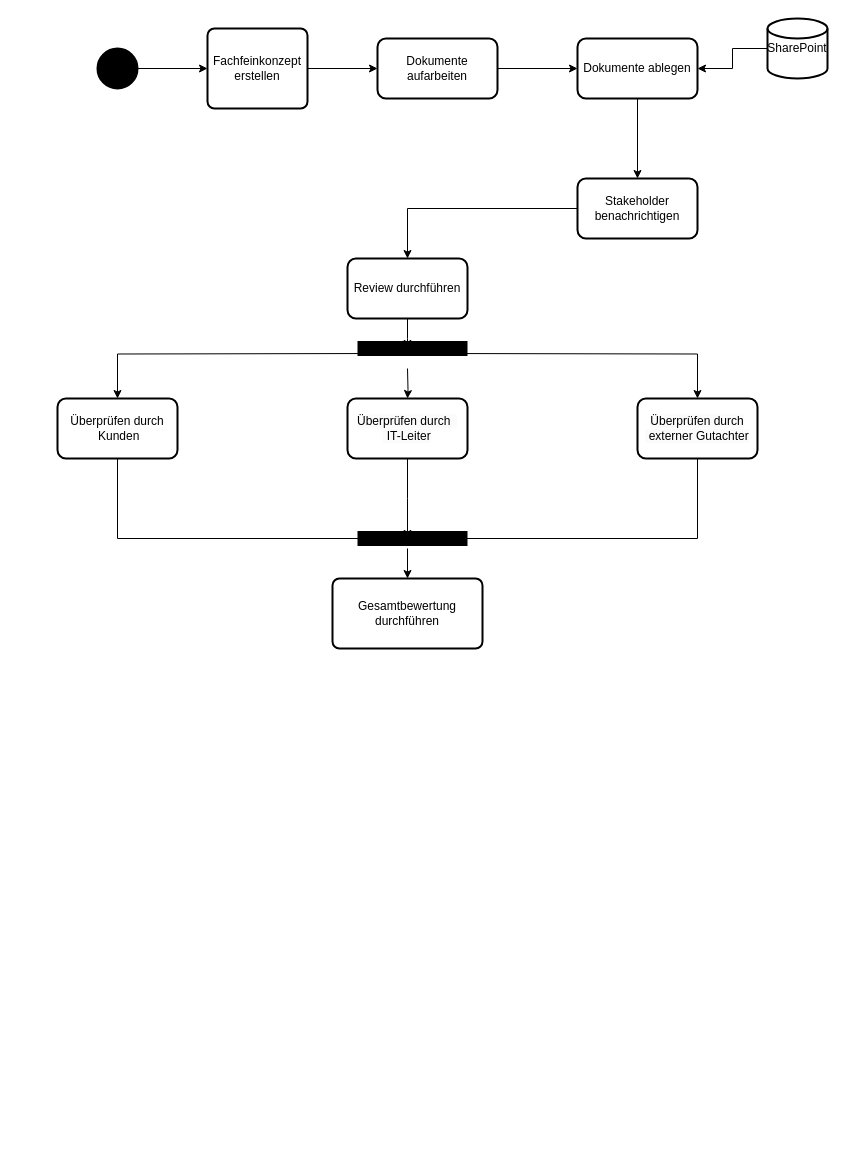
The draw.io diagram ü2.drawio in dhefel2s/Hbrs, before the edit. Source tidied: cells renumbered, new cells numbered last; positions are measured from the earlier drawing's top-left corner, leaving out a move shared by most shapes. Both pictures are drawn from the tidied source at 100%, with x=0, y=0 at pixel (57, 18).
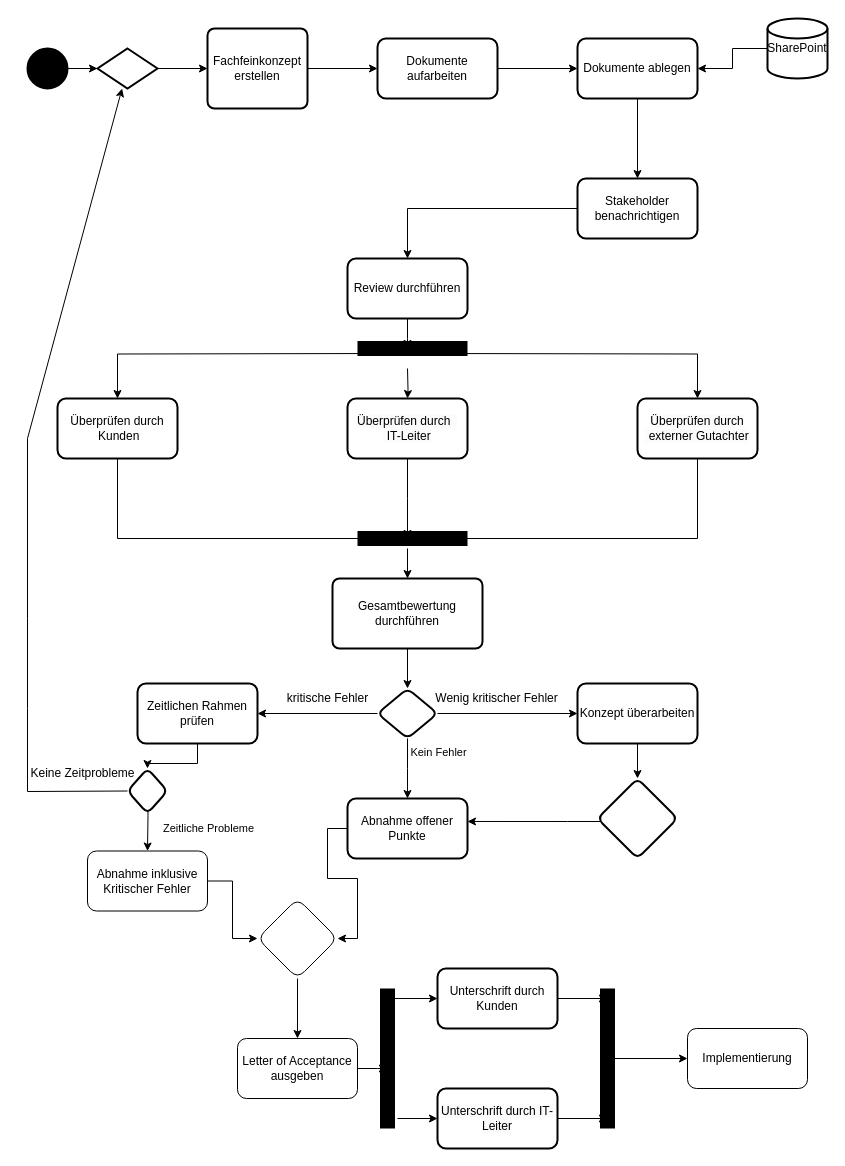
Above is the later version.

The change refers to these unchanged cells:
```xml
<mxCell id="5" value="Fachfeinkonzept erstellen" style="rounded=1;whiteSpace=wrap;html=1;absoluteArcSize=1;arcSize=14;strokeWidth=2;" parent="1" vertex="1">
  <mxGeometry x="150" y="10" width="100" height="80" as="geometry" />
</mxCell>
<mxCell id="29" value="Gesamtbewertung&lt;br&gt;durchführen" style="rounded=1;whiteSpace=wrap;html=1;absoluteArcSize=1;arcSize=14;strokeWidth=2;" parent="1" vertex="1">
  <mxGeometry x="275" y="560" width="150" height="70" as="geometry" />
</mxCell>
```

What changed in the source:
```diff
@@
-    <mxCell id="2" style="edgeStyle=orthogonalEdgeStyle;rounded=0;jettySize=auto;html=1;" parent="1" edge="1" source="3" target="5">
+    <mxCell id="2" style="edgeStyle=orthogonalEdgeStyle;rounded=0;jettySize=auto;html=1;" parent="1" edge="1" source="40" target="5">
       <mxGeometry relative="1" as="geometry">
         <Array as="points">
           <mxPoint x="150" y="50" />
           <mxPoint x="150" y="50" />
         </Array>
       </mxGeometry>
     </mxCell>
     <mxCell id="3" style="strokeWidth=2;html=1;shape=mxgraph.flowchart.start_2;whiteSpace=wrap;fillColor=#000000;" parent="1" vertex="1">
-      <mxGeometry x="40" y="30" width="40" height="40" as="geometry" />
+      <mxGeometry x="-30" y="30" width="40" height="40" as="geometry" />
     </mxCell>
@@
+    <mxCell id="30" style="edgeStyle=orthogonalEdgeStyle;rounded=0;jettySize=auto;html=1;" parent="1" edge="1" source="29" target="35">
+      <mxGeometry relative="1" as="geometry" />
+    </mxCell>
@@
+    <mxCell id="31" style="edgeStyle=orthogonalEdgeStyle;rounded=0;jettySize=auto;html=1;" parent="1" edge="1" source="35" target="37">
+      <mxGeometry relative="1" as="geometry" />
+    </mxCell>
+    <mxCell id="32" style="edgeStyle=orthogonalEdgeStyle;rounded=0;jettySize=auto;html=1;" parent="1" edge="1" source="35">
+      <mxGeometry relative="1" as="geometry">
+        <mxPoint x="350" y="780" as="targetPoint" />
+      </mxGeometry>
+    </mxCell>
+    <mxCell id="33" value="Kein Fehler" style="edgeLabel;html=1;align=center;verticalAlign=middle;" parent="32" vertex="1">
+      <mxGeometry x="-0.07" y="-1" relative="1" as="geometry">
+        <mxPoint x="31" y="-15" as="offset" />
+      </mxGeometry>
+    </mxCell>
+    <mxCell id="34" style="edgeStyle=orthogonalEdgeStyle;rounded=0;jettySize=auto;html=1;" parent="1" edge="1" source="35" target="50">
+      <mxGeometry relative="1" as="geometry" />
+    </mxCell>
+    <mxCell id="35" style="rhombus;whiteSpace=wrap;html=1;rounded=1;arcSize=14;strokeWidth=2;" parent="1" vertex="1">
+      <mxGeometry x="320" y="670" width="60" height="50" as="geometry" />
+    </mxCell>
+    <mxCell id="36" style="edgeStyle=orthogonalEdgeStyle;rounded=0;jettySize=auto;html=1;" parent="1" edge="1" source="37" target="42">
+      <mxGeometry relative="1" as="geometry" />
+    </mxCell>
+    <mxCell id="37" value="Konzept überarbeiten" style="whiteSpace=wrap;html=1;rounded=1;arcSize=14;strokeWidth=2;" parent="1" vertex="1">
+      <mxGeometry x="520" y="665" width="120" height="60" as="geometry" />
+    </mxCell>
+    <mxCell id="38" value="Wenig kritischer Fehler" style="text;html=1;align=center;verticalAlign=middle;strokeColor=none;fillColor=none;" parent="1" vertex="1">
+      <mxGeometry x="364" y="665" width="150" height="30" as="geometry" />
+    </mxCell>
+    <mxCell id="39" style="edgeStyle=orthogonalEdgeStyle;rounded=0;jettySize=auto;html=1;" parent="1" edge="1" source="3" target="40">
+      <mxGeometry relative="1" as="geometry" />
+    </mxCell>
+    <mxCell id="40" style="strokeWidth=2;html=1;shape=mxgraph.flowchart.decision;whiteSpace=wrap;" parent="1" vertex="1">
+      <mxGeometry x="40" y="30" width="60" height="40" as="geometry" />
+    </mxCell>
+    <mxCell id="41" style="edgeStyle=orthogonalEdgeStyle;rounded=0;jettySize=auto;html=1;entryX=1;entryY=0.383;entryDx=0;entryDy=0;entryPerimeter=0;" parent="1" edge="1" source="42" target="44">
+      <mxGeometry relative="1" as="geometry">
+        <Array as="points">
+          <mxPoint x="510" y="803" />
+          <mxPoint x="510" y="803" />
+        </Array>
+      </mxGeometry>
+    </mxCell>
+    <mxCell id="42" style="rhombus;whiteSpace=wrap;html=1;rounded=1;arcSize=14;strokeWidth=2;" parent="1" vertex="1">
+      <mxGeometry x="540" y="760" width="80" height="80" as="geometry" />
+    </mxCell>
+    <mxCell id="43" style="edgeStyle=orthogonalEdgeStyle;rounded=0;jettySize=auto;html=1;entryX=1;entryY=0.5;entryDx=0;entryDy=0;" parent="1" edge="1" source="44" target="58">
+      <mxGeometry relative="1" as="geometry" />
+    </mxCell>
+    <mxCell id="44" value="Abnahme offener Punkte" style="whiteSpace=wrap;html=1;rounded=1;arcSize=14;strokeWidth=2;" parent="1" vertex="1">
+      <mxGeometry x="290" y="780" width="120" height="60" as="geometry" />
+    </mxCell>
+    <mxCell id="45" style="edgeStyle=orthogonalEdgeStyle;rounded=0;jettySize=auto;html=1;" parent="1" edge="1" target="48">
+      <mxGeometry relative="1" as="geometry">
+        <mxPoint x="90" y="760" as="sourcePoint" />
+      </mxGeometry>
+    </mxCell>
+    <mxCell id="46" value="Zeitliche Probleme" style="edgeLabel;html=1;align=center;verticalAlign=middle;" parent="45" vertex="1">
+      <mxGeometry x="-0.21" y="2" relative="1" as="geometry">
+        <mxPoint x="58" y="21" as="offset" />
+      </mxGeometry>
+    </mxCell>
+    <mxCell id="47" style="edgeStyle=orthogonalEdgeStyle;rounded=0;jettySize=auto;html=1;" parent="1" edge="1" source="48" target="58">
+      <mxGeometry relative="1" as="geometry" />
+    </mxCell>
+    <mxCell id="48" value="Abnahme inklusive Kritischer Fehler" style="rounded=1;whiteSpace=wrap;html=1;" parent="1" vertex="1">
+      <mxGeometry x="30" y="832.5" width="120" height="60" as="geometry" />
+    </mxCell>
+    <mxCell id="49" style="edgeStyle=orthogonalEdgeStyle;rounded=0;jettySize=auto;html=1;" parent="1" edge="1" source="50" target="52">
+      <mxGeometry relative="1" as="geometry" />
+    </mxCell>
+    <mxCell id="50" value="Zeitlichen Rahmen prüfen" style="whiteSpace=wrap;html=1;rounded=1;arcSize=14;strokeWidth=2;" parent="1" vertex="1">
+      <mxGeometry x="80" y="665" width="120" height="60" as="geometry" />
+    </mxCell>
+    <mxCell id="51" value="kritische Fehler" style="text;html=1;align=center;verticalAlign=middle;strokeColor=none;fillColor=none;" parent="1" vertex="1">
+      <mxGeometry x="220" y="665" width="100" height="30" as="geometry" />
+    </mxCell>
+    <mxCell id="52" style="rhombus;whiteSpace=wrap;html=1;rounded=1;arcSize=14;strokeWidth=2;" parent="1" vertex="1">
+      <mxGeometry x="70" y="750" width="40" height="45" as="geometry" />
+    </mxCell>
+    <mxCell id="53" style="endArrow=classic;html=1;rounded=0;exitX=0;exitY=0.5;exitDx=0;exitDy=0;" parent="1" edge="1" source="52" target="40">
+      <mxGeometry relative="1" as="geometry">
+        <Array as="points">
+          <mxPoint x="-30" y="773" />
+          <mxPoint x="-30" y="690" />
+          <mxPoint x="-30" y="600" />
+          <mxPoint x="-30" y="420" />
+        </Array>
+      </mxGeometry>
+    </mxCell>
+    <mxCell id="54" value="Keine Zeitprobleme" style="text;html=1;align=center;verticalAlign=middle;strokeColor=none;fillColor=none;" parent="1" vertex="1">
+      <mxGeometry x="-40" y="740" width="130" height="30" as="geometry" />
+    </mxCell>
+    <mxCell id="55" value="&lt;span style=&quot;caret-color: rgb(0, 0, 0); color: rgb(0, 0, 0); font-family: Helvetica; font-size: 12px; font-style: normal; font-variant-caps: normal; font-weight: 400; letter-spacing: normal; text-align: center; text-indent: 0px; text-transform: none; word-spacing: 0px; -webkit-text-stroke-width: 0px; background-color: rgb(251, 251, 251); text-decoration: none; float: none; display: inline !important;&quot;&gt;Unterschrift durch IT-Leiter&lt;/span&gt;" style="whiteSpace=wrap;html=1;rounded=1;arcSize=14;strokeWidth=2;" parent="1" vertex="1">
+      <mxGeometry x="380" y="1070" width="120" height="60" as="geometry" />
+    </mxCell>
+    <mxCell id="56" value="Unterschrift durch Kunden" style="whiteSpace=wrap;html=1;rounded=1;arcSize=14;strokeWidth=2;" parent="1" vertex="1">
+      <mxGeometry x="380" y="950" width="120" height="60" as="geometry" />
+    </mxCell>
+    <mxCell id="57" style="edgeStyle=orthogonalEdgeStyle;rounded=0;jettySize=auto;html=1;" parent="1" edge="1" source="58" target="60">
+      <mxGeometry relative="1" as="geometry" />
+    </mxCell>
+    <mxCell id="58" style="rhombus;whiteSpace=wrap;html=1;rounded=1;" parent="1" vertex="1">
+      <mxGeometry x="200" y="880" width="80" height="80" as="geometry" />
+    </mxCell>
+    <mxCell id="59" style="edgeStyle=orthogonalEdgeStyle;rounded=0;jettySize=auto;html=1;" parent="1" edge="1" source="60">
+      <mxGeometry relative="1" as="geometry">
+        <mxPoint x="330" y="1050" as="targetPoint" />
+      </mxGeometry>
+    </mxCell>
+    <mxCell id="60" value="Letter of Acceptance ausgeben" style="whiteSpace=wrap;html=1;rounded=1;" parent="1" vertex="1">
+      <mxGeometry x="180" y="1020" width="120" height="60" as="geometry" />
+    </mxCell>
+    <mxCell id="61" style="endArrow=none;html=1;rounded=0;strokeWidth=15;" parent="1" edge="1">
+      <mxGeometry relative="1" as="geometry">
+        <mxPoint x="330" y="970" as="sourcePoint" />
+        <mxPoint x="330" y="1110" as="targetPoint" />
+      </mxGeometry>
+    </mxCell>
+    <mxCell id="62" style="endArrow=classic;html=1;rounded=0;entryX=0;entryY=0.5;entryDx=0;entryDy=0;" parent="1" edge="1" target="56">
+      <mxGeometry relative="1" as="geometry">
+        <mxPoint x="330" y="980" as="sourcePoint" />
+      </mxGeometry>
+    </mxCell>
+    <mxCell id="63" style="endArrow=classic;html=1;rounded=0;entryX=0;entryY=0.5;entryDx=0;entryDy=0;" parent="1" edge="1" target="55">
+      <mxGeometry relative="1" as="geometry">
+        <mxPoint x="340" y="1100" as="sourcePoint" />
+      </mxGeometry>
+    </mxCell>
+    <mxCell id="64" style="endArrow=none;html=1;rounded=0;strokeWidth=15;" parent="1" edge="1">
+      <mxGeometry relative="1" as="geometry">
+        <mxPoint x="550" y="970" as="sourcePoint" />
+        <mxPoint x="550" y="1110" as="targetPoint" />
+        <Array as="points">
+          <mxPoint x="550" y="1040" />
+        </Array>
+      </mxGeometry>
+    </mxCell>
+    <mxCell id="65" style="endArrow=classic;html=1;rounded=0;exitX=1;exitY=0.5;exitDx=0;exitDy=0;" parent="1" edge="1" source="56">
+      <mxGeometry relative="1" as="geometry">
+        <mxPoint x="550" y="980" as="targetPoint" />
+      </mxGeometry>
+    </mxCell>
+    <mxCell id="66" style="endArrow=classic;html=1;rounded=0;exitX=1;exitY=0.5;exitDx=0;exitDy=0;" parent="1" edge="1" source="55">
+      <mxGeometry relative="1" as="geometry">
+        <mxPoint x="550" y="1100" as="targetPoint" />
+      </mxGeometry>
+    </mxCell>
+    <mxCell id="67" value="Implementierung" style="rounded=1;whiteSpace=wrap;html=1;" parent="1" vertex="1">
+      <mxGeometry x="630" y="1010" width="120" height="60" as="geometry" />
+    </mxCell>
+    <mxCell id="68" style="endArrow=classic;html=1;rounded=0;entryX=0;entryY=0.5;entryDx=0;entryDy=0;" parent="1" edge="1" target="67">
+      <mxGeometry relative="1" as="geometry">
+        <mxPoint x="550" y="1040" as="sourcePoint" />
+      </mxGeometry>
+    </mxCell>
```
